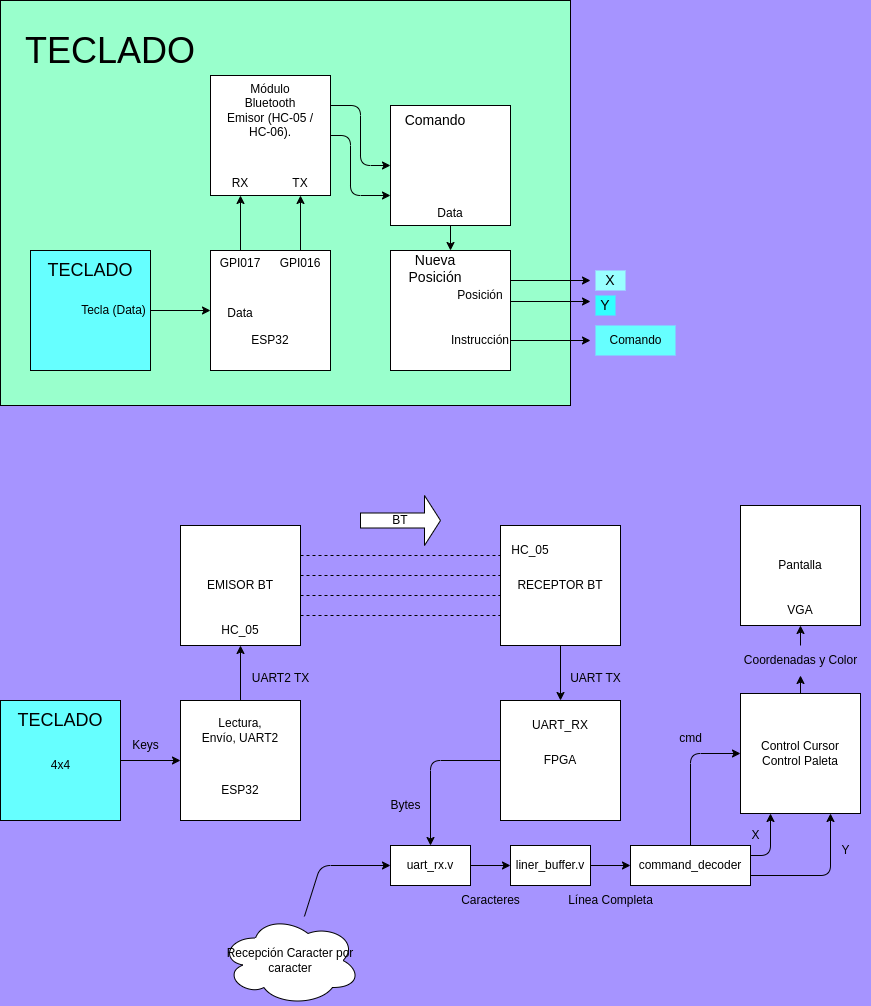
safehehe/PTSD1 keeps this draw.io diagram as retro_paint/diagrams/read_teclado.png. Above is the earlier version. Source tidied: cells renumbered, new cells last; positions are measured from the earlier drawing's top-left corner, leaving out a move shared by most shapes. Source of this version:
```xml
<mxGraphModel background="#A694FF">
  <root>
    <mxCell id="0" />
    <mxCell id="1" parent="0" />
    <mxCell id="2" style="rounded=0;whiteSpace=wrap;html=1;fillColor=#99FFCC;" parent="1" vertex="1">
      <mxGeometry width="570" height="405" as="geometry" />
    </mxCell>
    <mxCell id="3" style="edgeStyle=none;html=1;" parent="1" edge="1" source="4" target="8">
      <mxGeometry relative="1" as="geometry" />
    </mxCell>
    <mxCell id="4" style="whiteSpace=wrap;html=1;fillColor=#66FFFF;" parent="1" vertex="1">
      <mxGeometry x="30" y="250" width="120" height="120" as="geometry" />
    </mxCell>
    <mxCell id="5" value="Tecla (Data)" style="text;html=1;align=center;verticalAlign=middle;strokeColor=none;fillColor=none;" parent="1" vertex="1">
      <mxGeometry x="68" y="295" width="90" height="30" as="geometry" />
    </mxCell>
    <mxCell id="6" style="edgeStyle=none;html=1;entryX=0;entryY=0.5;entryDx=0;entryDy=0;exitX=1;exitY=0.25;exitDx=0;exitDy=0;" parent="1" edge="1" source="24" target="20">
      <mxGeometry relative="1" as="geometry">
        <Array as="points">
          <mxPoint x="360" y="105" />
          <mxPoint x="360" y="165" />
        </Array>
      </mxGeometry>
    </mxCell>
    <mxCell id="7" style="edgeStyle=none;html=1;exitX=0.25;exitY=0;exitDx=0;exitDy=0;entryX=0.25;entryY=1;entryDx=0;entryDy=0;" parent="1" edge="1" source="8" target="24">
      <mxGeometry relative="1" as="geometry" />
    </mxCell>
    <mxCell id="8" style="rounded=0;whiteSpace=wrap;html=1;" parent="1" vertex="1">
      <mxGeometry x="210" y="250" width="120" height="120" as="geometry" />
    </mxCell>
    <mxCell id="9" value="&lt;font style=&quot;font-size: 18px;&quot;&gt;TECLADO&lt;/font&gt;" style="text;html=1;align=center;verticalAlign=middle;whiteSpace=wrap;rounded=0;" parent="1" vertex="1">
      <mxGeometry x="60" y="255" width="60" height="30" as="geometry" />
    </mxCell>
    <mxCell id="10" style="edgeStyle=none;html=1;entryX=0.5;entryY=0;entryDx=0;entryDy=0;exitX=0.5;exitY=1;exitDx=0;exitDy=0;" parent="1" edge="1" source="22" target="14">
      <mxGeometry relative="1" as="geometry" />
    </mxCell>
    <mxCell id="11" style="edgeStyle=none;html=1;entryX=0;entryY=0.75;entryDx=0;entryDy=0;exitX=1;exitY=0.5;exitDx=0;exitDy=0;" parent="1" edge="1" source="24" target="20">
      <mxGeometry relative="1" as="geometry">
        <Array as="points">
          <mxPoint x="350" y="135" />
          <mxPoint x="350" y="195" />
        </Array>
      </mxGeometry>
    </mxCell>
    <mxCell id="12" value="&lt;font style=&quot;font-size: 36px;&quot;&gt;TECLADO&lt;/font&gt;" style="text;html=1;align=center;verticalAlign=middle;whiteSpace=wrap;rounded=0;" parent="1" vertex="1">
      <mxGeometry x="80" y="35" width="60" height="30" as="geometry" />
    </mxCell>
    <mxCell id="13" style="edgeStyle=none;html=1;exitX=1;exitY=0.75;exitDx=0;exitDy=0;" parent="1" edge="1" source="14">
      <mxGeometry relative="1" as="geometry">
        <mxPoint x="590" y="340" as="targetPoint" />
      </mxGeometry>
    </mxCell>
    <mxCell id="14" style="rounded=0;whiteSpace=wrap;html=1;" parent="1" vertex="1">
      <mxGeometry x="390" y="250" width="120" height="120" as="geometry" />
    </mxCell>
    <mxCell id="15" value="&lt;font style=&quot;font-size: 14px;&quot;&gt;Nueva Posición&lt;/font&gt;" style="text;html=1;align=center;verticalAlign=middle;whiteSpace=wrap;rounded=0;" parent="1" vertex="1">
      <mxGeometry x="390" y="252.5" width="90" height="30" as="geometry" />
    </mxCell>
    <mxCell id="16" style="edgeStyle=none;html=1;exitX=1;exitY=0.25;exitDx=0;exitDy=0;" parent="1" edge="1" source="14">
      <mxGeometry relative="1" as="geometry">
        <mxPoint x="590" y="280" as="targetPoint" />
      </mxGeometry>
    </mxCell>
    <mxCell id="17" value="Posición" style="text;html=1;align=center;verticalAlign=middle;whiteSpace=wrap;rounded=0;" parent="1" vertex="1">
      <mxGeometry x="460" y="282.5" width="40" height="25" as="geometry" />
    </mxCell>
    <mxCell id="18" value="&lt;font style=&quot;font-size: 14px;&quot;&gt;X&lt;/font&gt;" style="text;html=1;align=center;verticalAlign=middle;whiteSpace=wrap;rounded=0;fillColor=#99FFFF;" parent="1" vertex="1">
      <mxGeometry x="595" y="270" width="30" height="20" as="geometry" />
    </mxCell>
    <mxCell id="19" value="&lt;font style=&quot;font-size: 14px;&quot;&gt;Y&lt;/font&gt;" style="text;html=1;align=center;verticalAlign=middle;whiteSpace=wrap;rounded=0;fillColor=#33FFFF;" parent="1" vertex="1">
      <mxGeometry x="595" y="295" width="20" height="20" as="geometry" />
    </mxCell>
    <mxCell id="20" style="rounded=0;whiteSpace=wrap;html=1;" parent="1" vertex="1">
      <mxGeometry x="390" y="105" width="120" height="120" as="geometry" />
    </mxCell>
    <mxCell id="21" value="&lt;font style=&quot;font-size: 14px;&quot;&gt;Comando&lt;/font&gt;" style="text;html=1;align=center;verticalAlign=middle;whiteSpace=wrap;rounded=0;" parent="1" vertex="1">
      <mxGeometry x="390" y="105" width="90" height="30" as="geometry" />
    </mxCell>
    <mxCell id="22" value="Data" style="text;html=1;align=center;verticalAlign=middle;whiteSpace=wrap;rounded=0;" parent="1" vertex="1">
      <mxGeometry x="430" y="200" width="40" height="25" as="geometry" />
    </mxCell>
    <mxCell id="23" style="edgeStyle=none;html=1;" parent="1" edge="1">
      <mxGeometry relative="1" as="geometry">
        <mxPoint x="510" y="301" as="sourcePoint" />
        <mxPoint x="590" y="301" as="targetPoint" />
      </mxGeometry>
    </mxCell>
    <mxCell id="24" style="rounded=0;whiteSpace=wrap;html=1;" parent="1" vertex="1">
      <mxGeometry x="210" y="75" width="120" height="120" as="geometry" />
    </mxCell>
    <mxCell id="25" value="ESP32" style="text;html=1;align=center;verticalAlign=middle;whiteSpace=wrap;rounded=0;" parent="1" vertex="1">
      <mxGeometry x="225" y="325" width="90" height="30" as="geometry" />
    </mxCell>
    <mxCell id="26" style="edgeStyle=none;html=1;entryX=0.75;entryY=1;entryDx=0;entryDy=0;exitX=0.75;exitY=0;exitDx=0;exitDy=0;" parent="1" edge="1" source="8" target="24">
      <mxGeometry relative="1" as="geometry" />
    </mxCell>
    <mxCell id="27" value="Comando" style="text;html=1;align=center;verticalAlign=middle;strokeColor=none;fillColor=#66FFFF;" parent="1" vertex="1">
      <mxGeometry x="595" y="325" width="80" height="30" as="geometry" />
    </mxCell>
    <mxCell id="28" value="Módulo Bluetooth Emisor (HC-05 / HC-06)." style="text;html=1;align=center;verticalAlign=middle;whiteSpace=wrap;rounded=0;" parent="1" vertex="1">
      <mxGeometry x="225" y="95" width="90" height="30" as="geometry" />
    </mxCell>
    <mxCell id="29" value="Data" style="text;html=1;align=center;verticalAlign=middle;whiteSpace=wrap;rounded=0;" parent="1" vertex="1">
      <mxGeometry x="220" y="300" width="40" height="25" as="geometry" />
    </mxCell>
    <mxCell id="30" value="GPI017" style="text;html=1;align=center;verticalAlign=middle;whiteSpace=wrap;rounded=0;" parent="1" vertex="1">
      <mxGeometry x="220" y="250" width="40" height="25" as="geometry" />
    </mxCell>
    <mxCell id="31" value="RX" style="text;html=1;align=center;verticalAlign=middle;whiteSpace=wrap;rounded=0;" parent="1" vertex="1">
      <mxGeometry x="220" y="170" width="40" height="25" as="geometry" />
    </mxCell>
    <mxCell id="32" value="GPI016" style="text;html=1;align=center;verticalAlign=middle;whiteSpace=wrap;rounded=0;" parent="1" vertex="1">
      <mxGeometry x="280" y="250" width="40" height="25" as="geometry" />
    </mxCell>
    <mxCell id="33" value="TX" style="text;html=1;align=center;verticalAlign=middle;whiteSpace=wrap;rounded=0;" parent="1" vertex="1">
      <mxGeometry x="280" y="170" width="40" height="25" as="geometry" />
    </mxCell>
    <mxCell id="34" value="Instrucción" style="text;html=1;align=center;verticalAlign=middle;whiteSpace=wrap;rounded=0;" parent="1" vertex="1">
      <mxGeometry x="460" y="327.5" width="40" height="25" as="geometry" />
    </mxCell>
    <mxCell id="35" style="edgeStyle=none;html=1;" parent="1" edge="1" source="36" target="39">
      <mxGeometry relative="1" as="geometry" />
    </mxCell>
    <mxCell id="36" style="whiteSpace=wrap;html=1;fillColor=#66FFFF;" parent="1" vertex="1">
      <mxGeometry y="700" width="120" height="120" as="geometry" />
    </mxCell>
    <mxCell id="37" value="4x4" style="text;html=1;align=center;verticalAlign=middle;strokeColor=none;fillColor=none;" parent="1" vertex="1">
      <mxGeometry x="40" y="750" width="40" height="30" as="geometry" />
    </mxCell>
    <mxCell id="38" style="edgeStyle=none;html=1;exitX=0.5;exitY=0;exitDx=0;exitDy=0;entryX=0.5;entryY=1;entryDx=0;entryDy=0;" parent="1" edge="1" source="39" target="45">
      <mxGeometry relative="1" as="geometry" />
    </mxCell>
    <mxCell id="39" style="rounded=0;whiteSpace=wrap;html=1;" parent="1" vertex="1">
      <mxGeometry x="180" y="700" width="120" height="120" as="geometry" />
    </mxCell>
    <mxCell id="40" value="&lt;font style=&quot;font-size: 18px;&quot;&gt;TECLADO&lt;/font&gt;" style="text;html=1;align=center;verticalAlign=middle;whiteSpace=wrap;rounded=0;" parent="1" vertex="1">
      <mxGeometry x="30" y="705" width="60" height="30" as="geometry" />
    </mxCell>
    <mxCell id="41" style="edgeStyle=none;html=1;entryX=0.5;entryY=0;entryDx=0;entryDy=0;exitX=0.5;exitY=1;exitDx=0;exitDy=0;" parent="1" edge="1" target="43">
      <mxGeometry relative="1" as="geometry">
        <mxPoint x="560" y="645" as="sourcePoint" />
      </mxGeometry>
    </mxCell>
    <mxCell id="42" style="edgeStyle=none;html=1;entryX=0.5;entryY=0;entryDx=0;entryDy=0;" parent="1" edge="1" source="43" target="60">
      <mxGeometry relative="1" as="geometry">
        <Array as="points">
          <mxPoint x="430" y="760" />
        </Array>
      </mxGeometry>
    </mxCell>
    <mxCell id="43" value="FPGA" style="rounded=0;whiteSpace=wrap;html=1;" parent="1" vertex="1">
      <mxGeometry x="500" y="700" width="120" height="120" as="geometry" />
    </mxCell>
    <mxCell id="44" value="RECEPTOR BT" style="rounded=0;whiteSpace=wrap;html=1;" parent="1" vertex="1">
      <mxGeometry x="500" y="525" width="120" height="120" as="geometry" />
    </mxCell>
    <mxCell id="45" value="EMISOR BT" style="rounded=0;whiteSpace=wrap;html=1;" parent="1" vertex="1">
      <mxGeometry x="180" y="525" width="120" height="120" as="geometry" />
    </mxCell>
    <mxCell id="46" value="ESP32" style="text;html=1;align=center;verticalAlign=middle;whiteSpace=wrap;rounded=0;" parent="1" vertex="1">
      <mxGeometry x="195" y="775" width="90" height="30" as="geometry" />
    </mxCell>
    <mxCell id="47" value="Lectura, Envío, UART2" style="text;html=1;align=center;verticalAlign=middle;whiteSpace=wrap;rounded=0;" parent="1" vertex="1">
      <mxGeometry x="200" y="717.5" width="80" height="25" as="geometry" />
    </mxCell>
    <mxCell id="48" value="Keys" style="text;html=1;align=center;verticalAlign=middle;strokeColor=none;fillColor=none;" parent="1" vertex="1">
      <mxGeometry x="120" y="730" width="50" height="30" as="geometry" />
    </mxCell>
    <mxCell id="49" value="UART2 TX" style="text;html=1;align=center;verticalAlign=middle;strokeColor=none;fillColor=none;" parent="1" vertex="1">
      <mxGeometry x="240" y="663" width="80" height="30" as="geometry" />
    </mxCell>
    <mxCell id="50" value="HC_05" style="text;html=1;align=center;verticalAlign=middle;whiteSpace=wrap;rounded=0;" parent="1" vertex="1">
      <mxGeometry x="210" y="615" width="60" height="30" as="geometry" />
    </mxCell>
    <mxCell id="51" style="endArrow=none;dashed=1;html=1;entryX=0;entryY=0.25;entryDx=0;entryDy=0;" parent="1" edge="1" target="44">
      <mxGeometry relative="1" as="geometry">
        <mxPoint x="300" y="555" as="sourcePoint" />
      </mxGeometry>
    </mxCell>
    <mxCell id="52" style="endArrow=none;dashed=1;html=1;entryX=0;entryY=0.25;entryDx=0;entryDy=0;" parent="1" edge="1">
      <mxGeometry relative="1" as="geometry">
        <mxPoint x="300" y="575" as="sourcePoint" />
        <mxPoint x="500" y="575" as="targetPoint" />
      </mxGeometry>
    </mxCell>
    <mxCell id="53" style="endArrow=none;dashed=1;html=1;entryX=0;entryY=0.25;entryDx=0;entryDy=0;" parent="1" edge="1">
      <mxGeometry relative="1" as="geometry">
        <mxPoint x="300" y="615" as="sourcePoint" />
        <mxPoint x="500" y="615" as="targetPoint" />
      </mxGeometry>
    </mxCell>
    <mxCell id="54" style="endArrow=none;dashed=1;html=1;entryX=0;entryY=0.25;entryDx=0;entryDy=0;" parent="1" edge="1">
      <mxGeometry relative="1" as="geometry">
        <mxPoint x="300" y="595" as="sourcePoint" />
        <mxPoint x="500" y="595" as="targetPoint" />
      </mxGeometry>
    </mxCell>
    <mxCell id="55" value="BT" style="shape=singleArrow;whiteSpace=wrap;html=1;" parent="1" vertex="1">
      <mxGeometry x="360" y="495" width="80" height="50" as="geometry" />
    </mxCell>
    <mxCell id="56" value="HC_05" style="text;html=1;align=center;verticalAlign=middle;whiteSpace=wrap;rounded=0;" parent="1" vertex="1">
      <mxGeometry x="500" y="535" width="60" height="30" as="geometry" />
    </mxCell>
    <mxCell id="57" value="UART_RX" style="text;html=1;align=center;verticalAlign=middle;whiteSpace=wrap;rounded=0;" parent="1" vertex="1">
      <mxGeometry x="530" y="710" width="60" height="30" as="geometry" />
    </mxCell>
    <mxCell id="58" value="UART TX" style="text;html=1;align=center;verticalAlign=middle;strokeColor=none;fillColor=none;" parent="1" vertex="1">
      <mxGeometry x="560" y="663" width="70" height="30" as="geometry" />
    </mxCell>
    <mxCell id="59" style="edgeStyle=none;html=1;exitX=1;exitY=0.5;exitDx=0;exitDy=0;entryX=0;entryY=0.5;entryDx=0;entryDy=0;" parent="1" edge="1" source="60" target="63">
      <mxGeometry relative="1" as="geometry" />
    </mxCell>
    <mxCell id="60" value="uart_rx.v" style="rounded=0;whiteSpace=wrap;html=1;" parent="1" vertex="1">
      <mxGeometry x="390" y="845" width="80" height="40" as="geometry" />
    </mxCell>
    <mxCell id="61" value="Bytes" style="text;html=1;align=center;verticalAlign=middle;strokeColor=none;fillColor=none;" parent="1" vertex="1">
      <mxGeometry x="380" y="790" width="50" height="30" as="geometry" />
    </mxCell>
    <mxCell id="62" style="edgeStyle=none;html=1;entryX=0;entryY=0.5;entryDx=0;entryDy=0;" parent="1" edge="1" source="63" target="68">
      <mxGeometry relative="1" as="geometry" />
    </mxCell>
    <mxCell id="63" value="liner_buffer.v" style="rounded=0;whiteSpace=wrap;html=1;" parent="1" vertex="1">
      <mxGeometry x="510" y="845" width="80" height="40" as="geometry" />
    </mxCell>
    <mxCell id="64" value="Caracteres" style="text;html=1;align=center;verticalAlign=middle;strokeColor=none;fillColor=none;" parent="1" vertex="1">
      <mxGeometry x="450" y="885" width="80" height="30" as="geometry" />
    </mxCell>
    <mxCell id="65" style="edgeStyle=none;html=1;entryX=0;entryY=0.5;entryDx=0;entryDy=0;" parent="1" edge="1" source="68" target="71">
      <mxGeometry relative="1" as="geometry">
        <Array as="points">
          <mxPoint x="690" y="753" />
        </Array>
      </mxGeometry>
    </mxCell>
    <mxCell id="66" style="edgeStyle=none;html=1;exitX=1;exitY=0.25;exitDx=0;exitDy=0;entryX=0.25;entryY=1;entryDx=0;entryDy=0;" parent="1" edge="1" source="68" target="71">
      <mxGeometry relative="1" as="geometry">
        <Array as="points">
          <mxPoint x="770" y="855" />
        </Array>
      </mxGeometry>
    </mxCell>
    <mxCell id="67" style="edgeStyle=none;html=1;exitX=1;exitY=0.75;exitDx=0;exitDy=0;entryX=0.75;entryY=1;entryDx=0;entryDy=0;" parent="1" edge="1" source="68" target="71">
      <mxGeometry relative="1" as="geometry">
        <Array as="points">
          <mxPoint x="830" y="875" />
        </Array>
      </mxGeometry>
    </mxCell>
    <mxCell id="68" value="command_decoder" style="rounded=0;whiteSpace=wrap;html=1;" parent="1" vertex="1">
      <mxGeometry x="630" y="845" width="120" height="40" as="geometry" />
    </mxCell>
    <mxCell id="69" value="Línea Completa" style="text;html=1;align=center;verticalAlign=middle;strokeColor=none;fillColor=none;" parent="1" vertex="1">
      <mxGeometry x="555" y="885" width="110" height="30" as="geometry" />
    </mxCell>
    <mxCell id="70" style="edgeStyle=none;html=1;exitX=0.5;exitY=0;exitDx=0;exitDy=0;entryX=0.5;entryY=1;entryDx=0;entryDy=0;" parent="1" edge="1" source="78" target="76">
      <mxGeometry relative="1" as="geometry" />
    </mxCell>
    <mxCell id="71" value="Control Cursor&lt;div&gt;Control Paleta&lt;/div&gt;" style="rounded=0;whiteSpace=wrap;html=1;" parent="1" vertex="1">
      <mxGeometry x="740" y="693" width="120" height="120" as="geometry" />
    </mxCell>
    <mxCell id="72" value="cmd" style="text;html=1;align=center;verticalAlign=middle;strokeColor=none;fillColor=none;" parent="1" vertex="1">
      <mxGeometry x="665" y="723" width="50" height="30" as="geometry" />
    </mxCell>
    <mxCell id="73" value="X" style="text;html=1;align=center;verticalAlign=middle;strokeColor=none;fillColor=none;" parent="1" vertex="1">
      <mxGeometry x="740" y="820" width="30" height="30" as="geometry" />
    </mxCell>
    <mxCell id="74" value="Y" style="text;html=1;align=center;verticalAlign=middle;strokeColor=none;fillColor=none;" parent="1" vertex="1">
      <mxGeometry x="830" y="835" width="30" height="30" as="geometry" />
    </mxCell>
    <mxCell id="75" value="Pantalla" style="rounded=0;whiteSpace=wrap;html=1;" parent="1" vertex="1">
      <mxGeometry x="740" y="505" width="120" height="120" as="geometry" />
    </mxCell>
    <mxCell id="76" value="VGA" style="text;html=1;align=center;verticalAlign=middle;whiteSpace=wrap;rounded=0;" parent="1" vertex="1">
      <mxGeometry x="770" y="595" width="60" height="30" as="geometry" />
    </mxCell>
    <mxCell id="77" style="edgeStyle=none;html=1;exitX=0.5;exitY=0;exitDx=0;exitDy=0;entryX=0.5;entryY=1;entryDx=0;entryDy=0;" parent="1" edge="1" source="71" target="78">
      <mxGeometry relative="1" as="geometry" />
    </mxCell>
    <mxCell id="78" value="Coordenadas y Color" style="text;html=1;align=center;verticalAlign=middle;points=[];strokeColor=none;fillColor=none;" parent="1" vertex="1">
      <mxGeometry x="730" y="645" width="140" height="30" as="geometry" />
    </mxCell>
    <mxCell id="79" style="edgeStyle=none;html=1;entryX=0;entryY=0.5;entryDx=0;entryDy=0;" parent="1" edge="1" source="80" target="60">
      <mxGeometry relative="1" as="geometry">
        <Array as="points">
          <mxPoint x="320" y="865" />
        </Array>
      </mxGeometry>
    </mxCell>
    <mxCell id="80" value="Recepción Caracter por caracter" style="ellipse;shape=cloud;whiteSpace=wrap;html=1;" parent="1" vertex="1">
      <mxGeometry x="220" y="915" width="140" height="90" as="geometry" />
    </mxCell>
  </root>
</mxGraphModel>
```
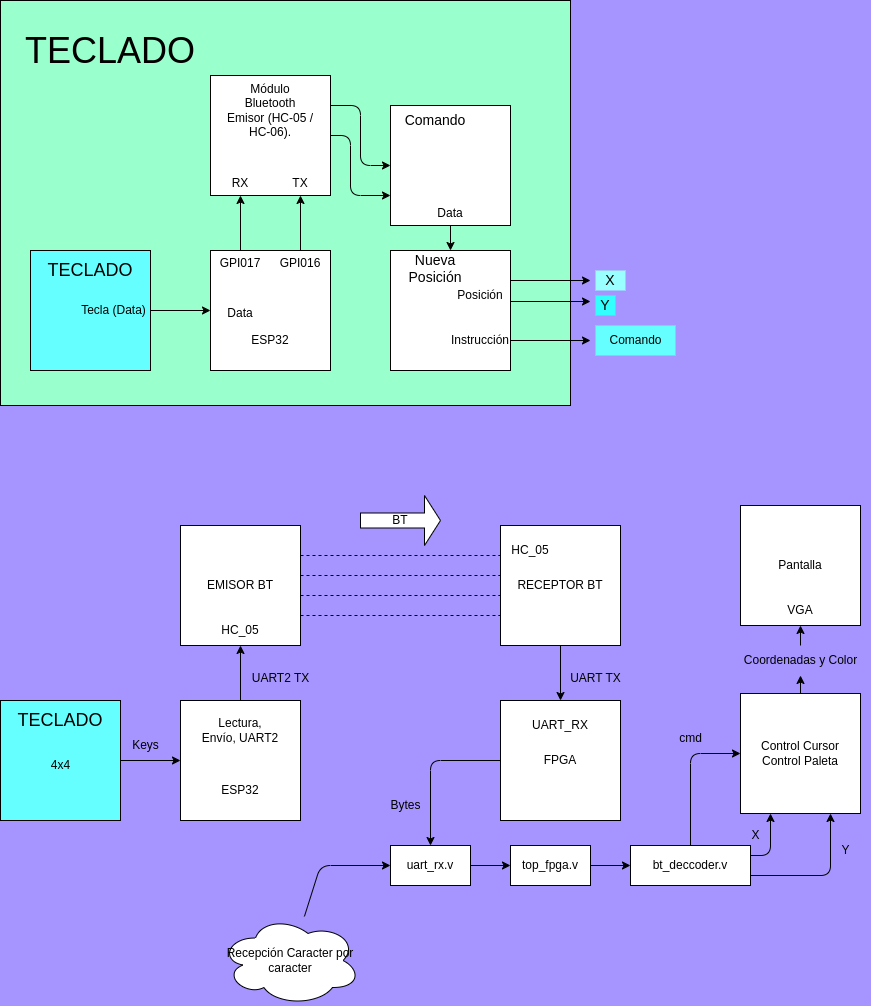
After the change.

What changed in the source:
```diff
@@ -219,12 +219,9 @@
     <mxCell id="62" style="edgeStyle=none;html=1;entryX=0;entryY=0.5;entryDx=0;entryDy=0;" parent="1" edge="1" source="63" target="68">
       <mxGeometry relative="1" as="geometry" />
     </mxCell>
-    <mxCell id="63" value="liner_buffer.v" style="rounded=0;whiteSpace=wrap;html=1;" parent="1" vertex="1">
+    <mxCell id="63" value="top_fpga.v" style="rounded=0;whiteSpace=wrap;html=1;" parent="1" vertex="1">
       <mxGeometry x="510" y="845" width="80" height="40" as="geometry" />
     </mxCell>
-    <mxCell id="64" value="Caracteres" style="text;html=1;align=center;verticalAlign=middle;strokeColor=none;fillColor=none;" parent="1" vertex="1">
-      <mxGeometry x="450" y="885" width="80" height="30" as="geometry" />
-    </mxCell>
     <mxCell id="65" style="edgeStyle=none;html=1;entryX=0;entryY=0.5;entryDx=0;entryDy=0;" parent="1" edge="1" source="68" target="71">
       <mxGeometry relative="1" as="geometry">
         <Array as="points">
@@ -246,12 +243,9 @@
         </Array>
       </mxGeometry>
     </mxCell>
-    <mxCell id="68" value="command_decoder" style="rounded=0;whiteSpace=wrap;html=1;" parent="1" vertex="1">
+    <mxCell id="68" value="bt_deccoder.v" style="rounded=0;whiteSpace=wrap;html=1;" parent="1" vertex="1">
       <mxGeometry x="630" y="845" width="120" height="40" as="geometry" />
     </mxCell>
-    <mxCell id="69" value="Línea Completa" style="text;html=1;align=center;verticalAlign=middle;strokeColor=none;fillColor=none;" parent="1" vertex="1">
-      <mxGeometry x="555" y="885" width="110" height="30" as="geometry" />
-    </mxCell>
     <mxCell id="70" style="edgeStyle=none;html=1;exitX=0.5;exitY=0;exitDx=0;exitDy=0;entryX=0.5;entryY=1;entryDx=0;entryDy=0;" parent="1" edge="1" source="78" target="76">
       <mxGeometry relative="1" as="geometry" />
     </mxCell>
```
